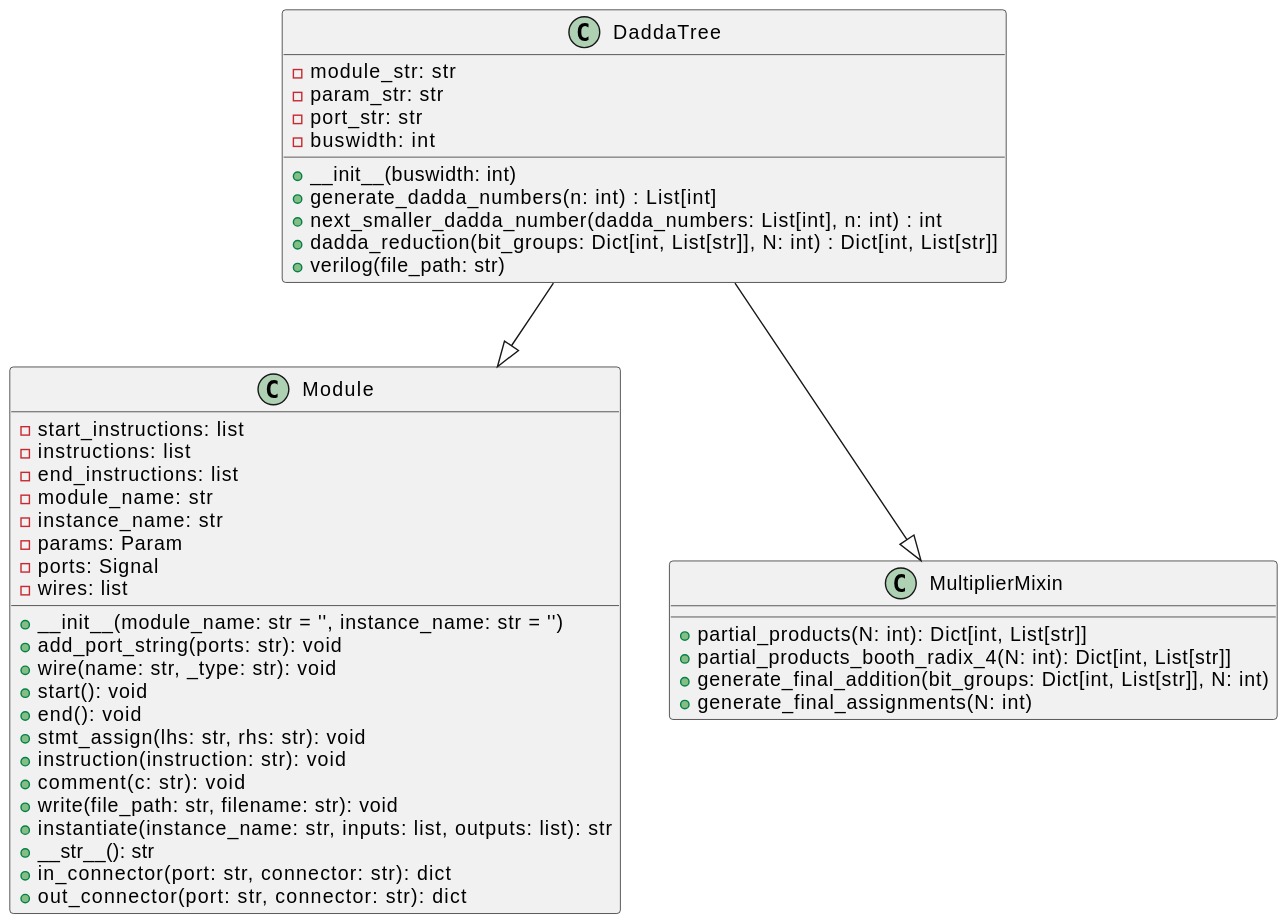
The PlantUML diagram docs/images_scripts_uml/Multiplier_DaddaTree.svg in sean-galloway/RTLDesignSherpa, before a commit. Its diagram source:
```plantuml
@startuml
!include verilog_Module_UML.puml
!include Multiplier_Mixin_UML.puml

class DaddaTree {
  - module_str: str
  - param_str: str
  - port_str: str
  - buswidth: int
  + __init__(buswidth: int)
  + generate_dadda_numbers(n: int) : List[int]
  + next_smaller_dadda_number(dadda_numbers: List[int], n: int) : int
  + dadda_reduction(bit_groups: Dict[int, List[str]], N: int) : Dict[int, List[str]]
  + verilog(file_path: str)
}

DaddaTree --|> Module
DaddaTree --|> MultiplierMixin
@enduml
```
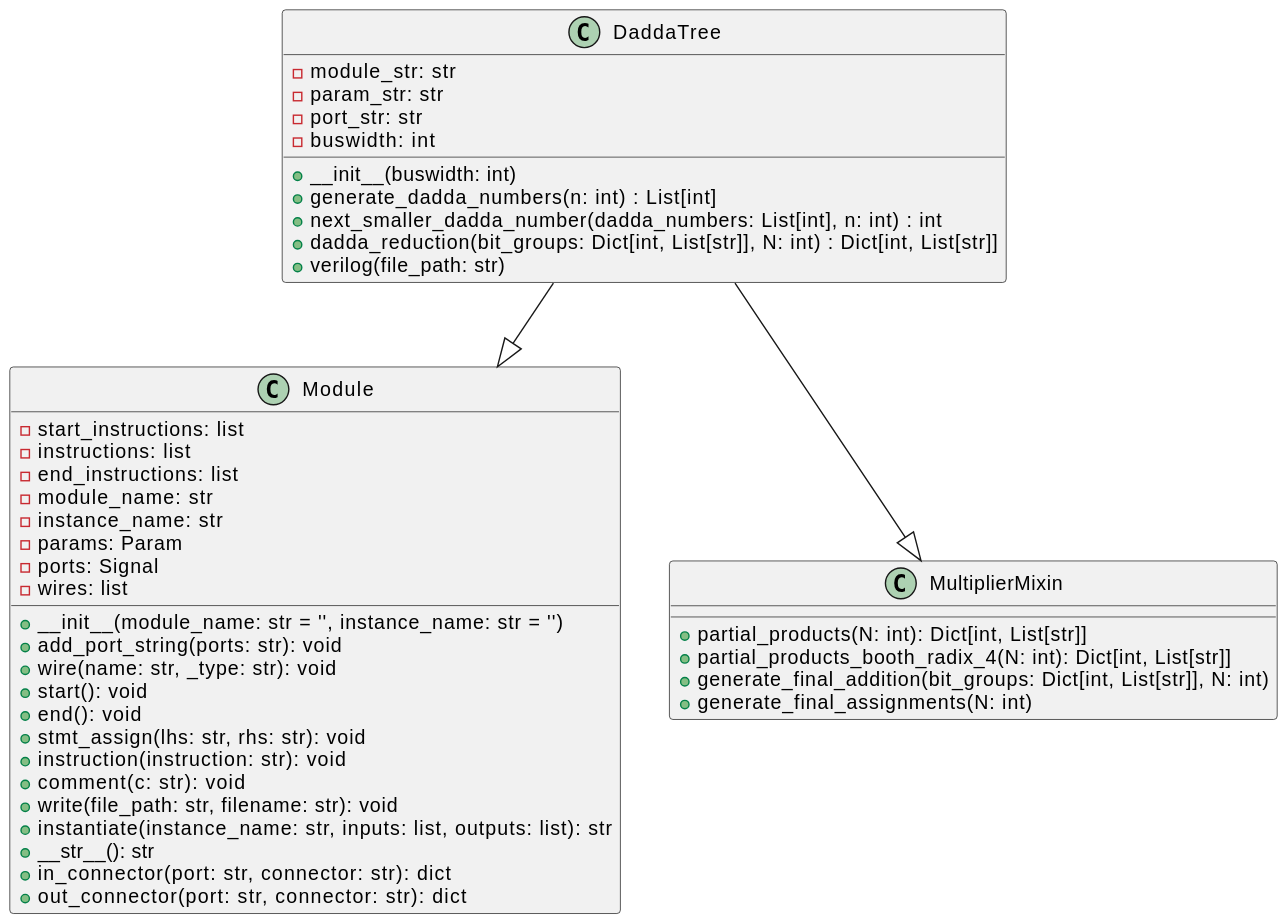
After the commit.

Change to the diagram source:
```diff
@@ -1,4 +1,4 @@
-@startuml
+@startuml Multiplier_DaddaTree
 !include verilog_Module_UML.puml
 !include Multiplier_Mixin_UML.puml
 
@@ -16,4 +16,5 @@
 
 DaddaTree --|> Module
 DaddaTree --|> MultiplierMixin
+
 @enduml
```
